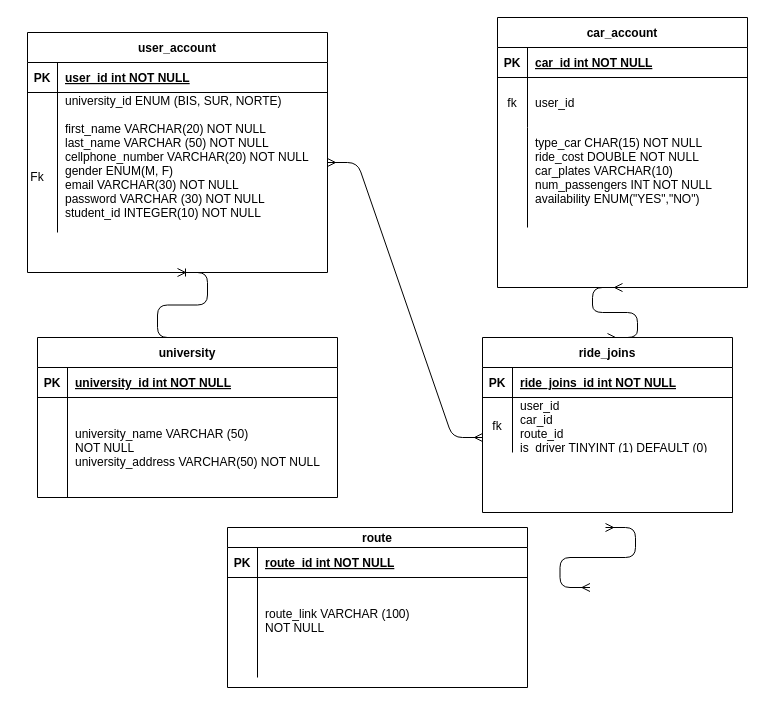
The draw.io diagram Untitled Diagram.drawio in garoga11/carpool-bis, before the edit. Source tidied: cells renumbered, new cells numbered last; positions are measured from the earlier drawing's top-left corner, leaving out a move shared by most shapes. Both pictures are drawn from the tidied source at 100%, with x=0, y=0 at pixel (17, 17).
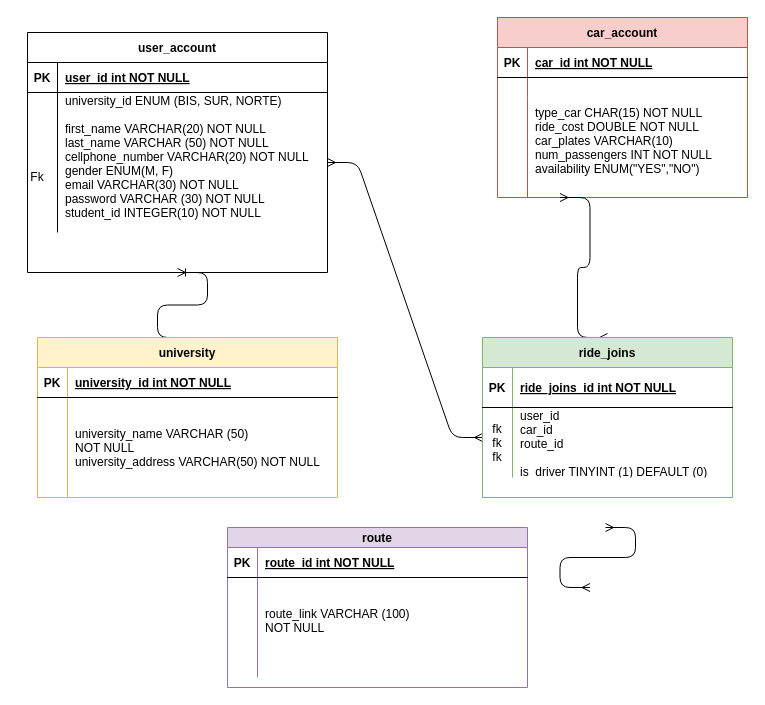
The same page after the edit.

What changed in the source:
```diff
@@
-    <mxCell id="3" value="car_account" style="shape=table;startSize=30;childLayout=tableLayout;rowLines=0;fontStyle=1;align=center;" parent="1" vertex="1">
-      <mxGeometry x="480" width="250" height="270" as="geometry" />
+    <mxCell id="3" value="car_account" style="shape=table;startSize=30;childLayout=tableLayout;rowLines=0;fontStyle=1;align=center;fillColor=#f8cecc;strokeColor=#b85450;" parent="1" vertex="1">
+      <mxGeometry x="480" width="250" height="180" as="geometry" />
     </mxCell>
@@
     <mxCell id="7" style="shape=partialRectangle;fillColor=none;top=0;left=0;right=0;bottom=0;" parent="3" vertex="1">
-      <mxGeometry y="60" width="250" height="50" as="geometry" />
+      <mxGeometry y="60" width="250" height="20" as="geometry" />
     </mxCell>
-    <mxCell id="8" value="fk" style="shape=partialRectangle;overflow=hidden;fillColor=none;top=0;left=0;bottom=0;right=0;" parent="7" vertex="1">
-      <mxGeometry width="30" height="50" as="geometry" />
+    <mxCell id="8" style="shape=partialRectangle;overflow=hidden;fillColor=none;top=0;left=0;bottom=0;right=0;" parent="7" vertex="1">
+      <mxGeometry width="30" height="20" as="geometry" />
     </mxCell>
-    <mxCell id="9" value="user_id" style="shape=partialRectangle;overflow=hidden;fillColor=none;top=0;left=0;bottom=0;right=0;align=left;spacingLeft=6;" parent="7" vertex="1">
-      <mxGeometry x="30" width="220" height="50" as="geometry" />
+    <mxCell id="9" style="shape=partialRectangle;overflow=hidden;fillColor=none;top=0;left=0;bottom=0;right=0;align=left;spacingLeft=6;" parent="7" vertex="1">
+      <mxGeometry x="30" width="220" height="20" as="geometry" />
     </mxCell>
     <mxCell id="10" style="shape=partialRectangle;fillColor=none;top=0;left=0;right=0;bottom=0;" parent="3" vertex="1">
-      <mxGeometry y="110" width="250" height="100" as="geometry" />
+      <mxGeometry y="80" width="250" height="100" as="geometry" />
     </mxCell>
@@
-    <mxCell id="15" style="edgeStyle=entityRelationEdgeStyle;fontSize=12;html=1;endArrow=ERmany;startArrow=ERmany;entryX=0.5;entryY=0;entryDx=0;entryDy=0;exitX=0.5;exitY=1;exitDx=0;exitDy=0;" parent="1" edge="1" source="3" target="31">
+    <mxCell id="15" style="edgeStyle=entityRelationEdgeStyle;fontSize=12;html=1;endArrow=ERmany;startArrow=ERmany;entryX=0.5;entryY=0;entryDx=0;entryDy=0;exitX=0.25;exitY=1;exitDx=0;exitDy=0;" parent="1" edge="1" source="3" target="31">
       <mxGeometry relative="1" as="geometry" />
     </mxCell>
@@
-    <mxCell id="24" value="university" style="shape=table;startSize=30;childLayout=tableLayout;rowLines=0;fontStyle=1;align=center;" parent="1" vertex="1">
+    <mxCell id="24" value="university" style="shape=table;startSize=30;childLayout=tableLayout;rowLines=0;fontStyle=1;align=center;fillColor=#fff2cc;strokeColor=#d6b656;" parent="1" vertex="1">
       <mxGeometry x="20" y="320" width="300" height="160" as="geometry" />
     </mxCell>
@@
-    <mxCell id="31" value="ride_joins" style="shape=table;startSize=30;childLayout=tableLayout;rowLines=0;fontStyle=1;align=center;" parent="1" vertex="1">
-      <mxGeometry x="465" y="320" width="250" height="175" as="geometry" />
+    <mxCell id="31" value="ride_joins" style="shape=table;startSize=30;childLayout=tableLayout;rowLines=0;fontStyle=1;align=center;fillColor=#d5e8d4;strokeColor=#82b366;" parent="1" vertex="1">
+      <mxGeometry x="465" y="320" width="250" height="160" as="geometry" />
     </mxCell>
     <mxCell id="32" style="shape=partialRectangle;fillColor=none;top=0;left=0;right=0;bottom=1;" parent="31" vertex="1">
-      <mxGeometry y="30" width="250" height="30" as="geometry" />
+      <mxGeometry y="30" width="250" height="40" as="geometry" />
     </mxCell>
     <mxCell id="33" value="PK" style="shape=partialRectangle;overflow=hidden;fillColor=none;top=0;left=0;bottom=0;right=0;fontStyle=1;" parent="32" vertex="1">
-      <mxGeometry width="30" height="30" as="geometry" />
+      <mxGeometry width="30" height="40" as="geometry" />
     </mxCell>
     <mxCell id="34" value="ride_joins_id int NOT NULL " style="shape=partialRectangle;overflow=hidden;fillColor=none;top=0;left=0;bottom=0;right=0;align=left;spacingLeft=6;fontStyle=5;" parent="32" vertex="1">
-      <mxGeometry x="30" width="220" height="30" as="geometry" />
+      <mxGeometry x="30" width="220" height="40" as="geometry" />
     </mxCell>
     <mxCell id="35" style="shape=partialRectangle;fillColor=none;top=0;left=0;right=0;bottom=0;" parent="31" vertex="1">
-      <mxGeometry y="60" width="250" height="55" as="geometry" />
+      <mxGeometry y="70" width="250" height="70" as="geometry" />
     </mxCell>
-    <mxCell id="36" value="fk" style="shape=partialRectangle;overflow=hidden;fillColor=none;top=0;left=0;bottom=0;right=0;" parent="35" vertex="1">
-      <mxGeometry width="30" height="55" as="geometry" />
+    <mxCell id="36" value="fk&#10;fk&#10;fk" style="shape=partialRectangle;overflow=hidden;fillColor=none;top=0;left=0;bottom=0;right=0;" parent="35" vertex="1">
+      <mxGeometry width="30" height="70" as="geometry" />
     </mxCell>
-    <mxCell id="37" value="user_id&#10;car_id&#10;route_id&#10;is_driver TINYINT (1) DEFAULT (0)&#10;" style="shape=partialRectangle;overflow=hidden;fillColor=none;top=0;left=0;bottom=0;right=0;align=left;spacingLeft=6;" parent="35" vertex="1">
-      <mxGeometry x="30" width="220" height="55" as="geometry" />
+    <mxCell id="37" value="user_id&#10;car_id&#10;route_id&#10;&#10;is_driver TINYINT (1) DEFAULT (0)&#10;" style="shape=partialRectangle;overflow=hidden;fillColor=none;top=0;left=0;bottom=0;right=0;align=left;spacingLeft=6;" parent="35" vertex="1">
+      <mxGeometry x="30" width="220" height="70" as="geometry" />
     </mxCell>
-    <mxCell id="38" value="route" style="shape=table;startSize=20;childLayout=tableLayout;rowLines=0;fontStyle=1;align=center;" parent="1" vertex="1">
+    <mxCell id="38" value="route" style="shape=table;startSize=20;childLayout=tableLayout;rowLines=0;fontStyle=1;align=center;fillColor=#e1d5e7;strokeColor=#9673a6;" parent="1" vertex="1">
       <mxGeometry x="210" y="510" width="300" height="160" as="geometry" />
     </mxCell>
```
